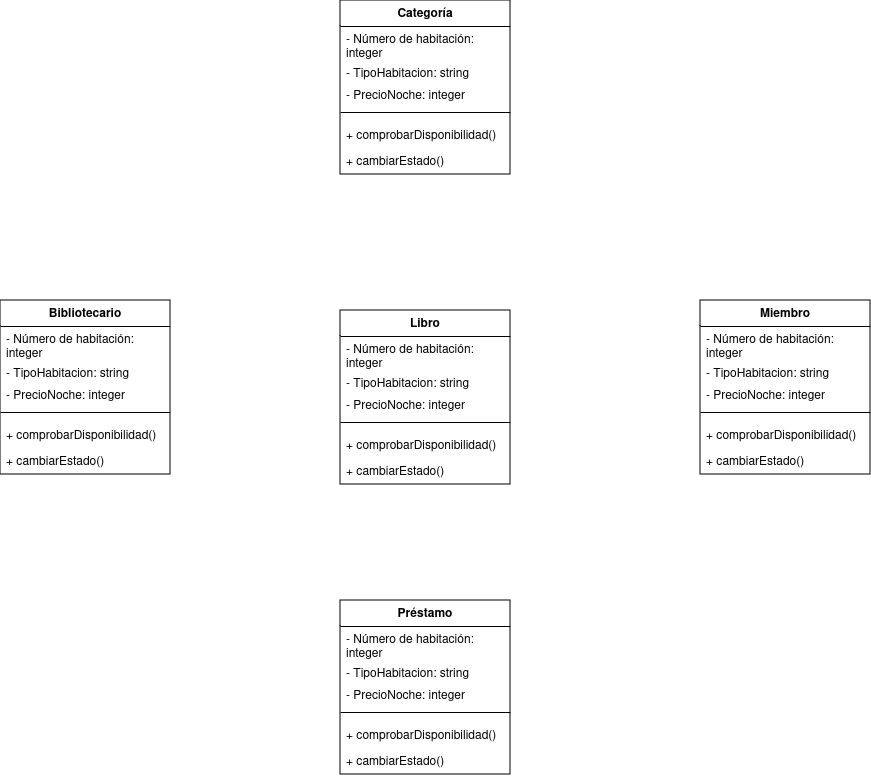
Above: Diagrama de clases 2.drawio.png in Cdiagal/Realizaci-n-del-diagrama-de-clases (draw.io), before the change. Source tidied: cells renumbered, new cells last; positions are measured from the earlier drawing's top-left corner, leaving out a move shared by most shapes.
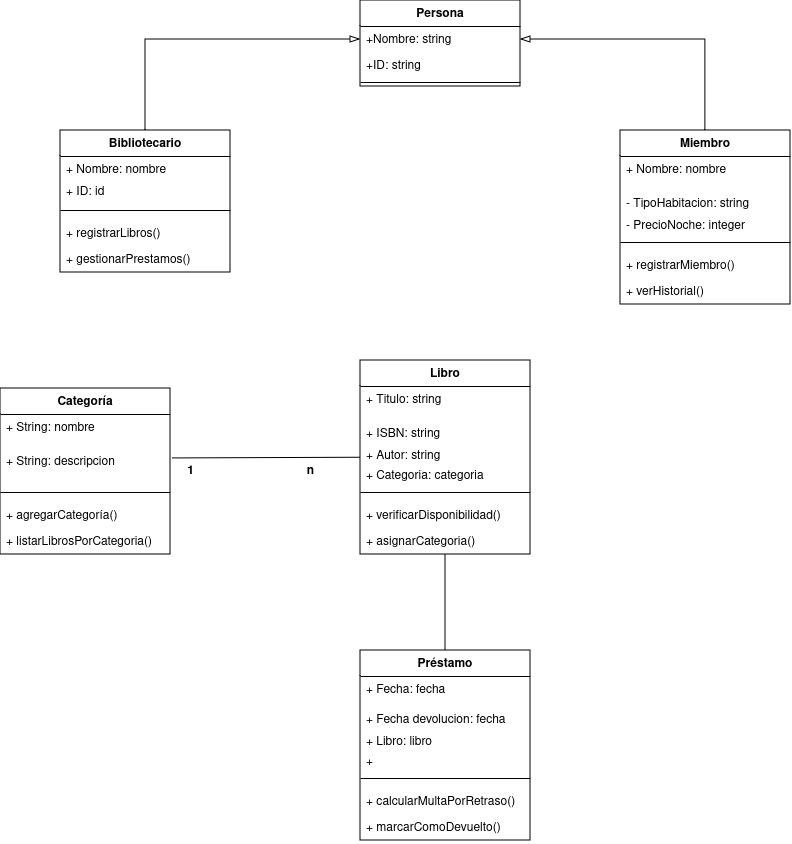
The same diagram one commit later.

What changed in the source:
```diff
@@ -3,30 +3,33 @@
     <mxCell id="0" />
     <mxCell id="1" parent="0" />
     <mxCell id="2" value="Libro" style="swimlane;fontStyle=1;align=center;verticalAlign=top;horizontal=1;startSize=26;whiteSpace=wrap;html=1;" parent="1" vertex="1">
-      <mxGeometry x="340" y="310" width="170" height="174" as="geometry" />
+      <mxGeometry x="370" y="310" width="170" height="194" as="geometry" />
     </mxCell>
-    <mxCell id="3" value="&lt;div&gt;- Número de habitación: integer&lt;br&gt;&lt;/div&gt;&lt;div&gt;&lt;br&gt;&lt;/div&gt;" style="text;strokeColor=none;fillColor=none;align=left;verticalAlign=top;spacingLeft=4;spacingRight=4;overflow=hidden;whiteSpace=wrap;html=1;" parent="2" vertex="1">
+    <mxCell id="3" value="+ Titulo: string" style="text;strokeColor=none;fillColor=none;align=left;verticalAlign=top;spacingLeft=4;spacingRight=4;overflow=hidden;whiteSpace=wrap;html=1;" parent="2" vertex="1">
       <mxGeometry y="26" width="170" height="34" as="geometry" />
     </mxCell>
-    <mxCell id="4" value="- TipoHabitacion: string" style="text;strokeColor=none;fillColor=none;align=left;verticalAlign=top;spacingLeft=4;spacingRight=4;overflow=hidden;whiteSpace=wrap;html=1;" parent="2" vertex="1">
+    <mxCell id="4" value="+ ISBN: string" style="text;strokeColor=none;fillColor=none;align=left;verticalAlign=top;spacingLeft=4;spacingRight=4;overflow=hidden;whiteSpace=wrap;html=1;" parent="2" vertex="1">
       <mxGeometry y="60" width="170" height="22" as="geometry" />
     </mxCell>
-    <mxCell id="5" value="- PrecioNoche: integer" style="text;strokeColor=none;fillColor=none;align=left;verticalAlign=top;spacingLeft=4;spacingRight=4;overflow=hidden;whiteSpace=wrap;html=1;" parent="2" vertex="1">
+    <mxCell id="5" value="&lt;div&gt;+ Autor: string&lt;/div&gt;&lt;div&gt;&lt;br&gt;&lt;/div&gt;" style="text;strokeColor=none;fillColor=none;align=left;verticalAlign=top;spacingLeft=4;spacingRight=4;overflow=hidden;whiteSpace=wrap;html=1;" parent="2" vertex="1">
       <mxGeometry y="82" width="170" height="20" as="geometry" />
     </mxCell>
+    <mxCell id="37" value="+ Categoria: categoria" style="text;strokeColor=none;fillColor=none;align=left;verticalAlign=top;spacingLeft=4;spacingRight=4;overflow=hidden;whiteSpace=wrap;html=1;" parent="2" vertex="1">
+      <mxGeometry y="102" width="170" height="20" as="geometry" />
+    </mxCell>
     <mxCell id="6" style="line;strokeWidth=1;fillColor=none;align=left;verticalAlign=middle;spacingTop=-1;spacingLeft=3;spacingRight=3;labelPosition=right;strokeColor=inherit;" parent="2" vertex="1">
-      <mxGeometry y="102" width="170" height="20" as="geometry" />
+      <mxGeometry y="122" width="170" height="20" as="geometry" />
     </mxCell>
-    <mxCell id="7" value="+ comprobarDisponibilidad()" style="text;strokeColor=none;fillColor=none;align=left;verticalAlign=top;spacingLeft=4;spacingRight=4;overflow=hidden;whiteSpace=wrap;html=1;" parent="2" vertex="1">
-      <mxGeometry y="122" width="170" height="26" as="geometry" />
+    <mxCell id="7" value="+ verificarDisponibilidad()" style="text;strokeColor=none;fillColor=none;align=left;verticalAlign=top;spacingLeft=4;spacingRight=4;overflow=hidden;whiteSpace=wrap;html=1;" parent="2" vertex="1">
+      <mxGeometry y="142" width="170" height="26" as="geometry" />
     </mxCell>
-    <mxCell id="8" value="+ cambiarEstado()" style="text;strokeColor=none;fillColor=none;align=left;verticalAlign=top;spacingLeft=4;spacingRight=4;overflow=hidden;points=[[0,0.5],[1,0.5]];portConstraint=eastwest;whiteSpace=wrap;html=1;" parent="2" vertex="1">
-      <mxGeometry y="148" width="170" height="26" as="geometry" />
+    <mxCell id="8" value="+ asignarCategoria()" style="text;strokeColor=none;fillColor=none;align=left;verticalAlign=top;spacingLeft=4;spacingRight=4;overflow=hidden;points=[[0,0.5],[1,0.5]];portConstraint=eastwest;whiteSpace=wrap;html=1;" parent="2" vertex="1">
+      <mxGeometry y="168" width="170" height="26" as="geometry" />
     </mxCell>
     <mxCell id="9" value="Miembro" style="swimlane;fontStyle=1;align=center;verticalAlign=top;horizontal=1;startSize=26;whiteSpace=wrap;html=1;" parent="1" vertex="1">
-      <mxGeometry x="700" y="300" width="170" height="174" as="geometry" />
+      <mxGeometry x="630" y="80" width="170" height="174" as="geometry" />
     </mxCell>
-    <mxCell id="10" value="&lt;div&gt;- Número de habitación: integer&lt;br&gt;&lt;/div&gt;&lt;div&gt;&lt;br&gt;&lt;/div&gt;" style="text;strokeColor=none;fillColor=none;align=left;verticalAlign=top;spacingLeft=4;spacingRight=4;overflow=hidden;whiteSpace=wrap;html=1;" parent="9" vertex="1">
+    <mxCell id="10" value="+ Nombre: nombre" style="text;strokeColor=none;fillColor=none;align=left;verticalAlign=top;spacingLeft=4;spacingRight=4;overflow=hidden;whiteSpace=wrap;html=1;" parent="9" vertex="1">
       <mxGeometry y="26" width="170" height="34" as="geometry" />
     </mxCell>
     <mxCell id="11" value="- TipoHabitacion: string" style="text;strokeColor=none;fillColor=none;align=left;verticalAlign=top;spacingLeft=4;spacingRight=4;overflow=hidden;whiteSpace=wrap;html=1;" parent="9" vertex="1">
@@ -38,74 +41,101 @@
     <mxCell id="13" style="line;strokeWidth=1;fillColor=none;align=left;verticalAlign=middle;spacingTop=-1;spacingLeft=3;spacingRight=3;labelPosition=right;strokeColor=inherit;" parent="9" vertex="1">
       <mxGeometry y="102" width="170" height="20" as="geometry" />
     </mxCell>
-    <mxCell id="14" value="+ comprobarDisponibilidad()" style="text;strokeColor=none;fillColor=none;align=left;verticalAlign=top;spacingLeft=4;spacingRight=4;overflow=hidden;whiteSpace=wrap;html=1;" parent="9" vertex="1">
+    <mxCell id="14" value="+ registrarMiembro()" style="text;strokeColor=none;fillColor=none;align=left;verticalAlign=top;spacingLeft=4;spacingRight=4;overflow=hidden;whiteSpace=wrap;html=1;" parent="9" vertex="1">
       <mxGeometry y="122" width="170" height="26" as="geometry" />
     </mxCell>
-    <mxCell id="15" value="+ cambiarEstado()" style="text;strokeColor=none;fillColor=none;align=left;verticalAlign=top;spacingLeft=4;spacingRight=4;overflow=hidden;whiteSpace=wrap;html=1;" parent="9" vertex="1">
+    <mxCell id="15" value="+ verHistorial()" style="text;strokeColor=none;fillColor=none;align=left;verticalAlign=top;spacingLeft=4;spacingRight=4;overflow=hidden;whiteSpace=wrap;html=1;" parent="9" vertex="1">
       <mxGeometry y="148" width="170" height="26" as="geometry" />
     </mxCell>
     <mxCell id="16" value="Préstamo" style="swimlane;fontStyle=1;align=center;verticalAlign=top;horizontal=1;startSize=26;whiteSpace=wrap;html=1;" parent="1" vertex="1">
-      <mxGeometry x="340" y="600" width="170" height="174" as="geometry" />
+      <mxGeometry x="370" y="600" width="170" height="190" as="geometry" />
     </mxCell>
-    <mxCell id="17" value="&lt;div&gt;- Número de habitación: integer&lt;br&gt;&lt;/div&gt;&lt;div&gt;&lt;br&gt;&lt;/div&gt;" style="text;strokeColor=none;fillColor=none;align=left;verticalAlign=top;spacingLeft=4;spacingRight=4;overflow=hidden;whiteSpace=wrap;html=1;" parent="16" vertex="1">
-      <mxGeometry y="26" width="170" height="34" as="geometry" />
+    <mxCell id="17" value="&lt;div&gt;+ Fecha: fecha&lt;br&gt;&lt;/div&gt;&lt;div&gt;&lt;br&gt;&lt;/div&gt;" style="text;strokeColor=none;fillColor=none;align=left;verticalAlign=top;spacingLeft=4;spacingRight=4;overflow=hidden;whiteSpace=wrap;html=1;" parent="16" vertex="1">
+      <mxGeometry y="26" width="170" height="30" as="geometry" />
     </mxCell>
-    <mxCell id="18" value="- TipoHabitacion: string" style="text;strokeColor=none;fillColor=none;align=left;verticalAlign=top;spacingLeft=4;spacingRight=4;overflow=hidden;whiteSpace=wrap;html=1;" parent="16" vertex="1">
-      <mxGeometry y="60" width="170" height="22" as="geometry" />
+    <mxCell id="18" value="+ Fecha devolucion: fecha" style="text;strokeColor=none;fillColor=none;align=left;verticalAlign=top;spacingLeft=4;spacingRight=4;overflow=hidden;whiteSpace=wrap;html=1;" parent="16" vertex="1">
+      <mxGeometry y="56" width="170" height="22" as="geometry" />
     </mxCell>
-    <mxCell id="19" value="- PrecioNoche: integer" style="text;strokeColor=none;fillColor=none;align=left;verticalAlign=top;spacingLeft=4;spacingRight=4;overflow=hidden;whiteSpace=wrap;html=1;" parent="16" vertex="1">
-      <mxGeometry y="82" width="170" height="20" as="geometry" />
+    <mxCell id="19" value="+ Libro: libro" style="text;strokeColor=none;fillColor=none;align=left;verticalAlign=top;spacingLeft=4;spacingRight=4;overflow=hidden;whiteSpace=wrap;html=1;" parent="16" vertex="1">
+      <mxGeometry y="78" width="170" height="20" as="geometry" />
     </mxCell>
+    <mxCell id="38" value="+" style="text;strokeColor=none;fillColor=none;align=left;verticalAlign=top;spacingLeft=4;spacingRight=4;overflow=hidden;whiteSpace=wrap;html=1;" parent="16" vertex="1">
+      <mxGeometry y="98" width="170" height="20" as="geometry" />
+    </mxCell>
     <mxCell id="20" style="line;strokeWidth=1;fillColor=none;align=left;verticalAlign=middle;spacingTop=-1;spacingLeft=3;spacingRight=3;labelPosition=right;strokeColor=inherit;" parent="16" vertex="1">
-      <mxGeometry y="102" width="170" height="20" as="geometry" />
+      <mxGeometry y="118" width="170" height="20" as="geometry" />
     </mxCell>
-    <mxCell id="21" value="+ comprobarDisponibilidad()" style="text;strokeColor=none;fillColor=none;align=left;verticalAlign=top;spacingLeft=4;spacingRight=4;overflow=hidden;whiteSpace=wrap;html=1;" parent="16" vertex="1">
-      <mxGeometry y="122" width="170" height="26" as="geometry" />
+    <mxCell id="21" value="+ calcularMultaPorRetraso()" style="text;strokeColor=none;fillColor=none;align=left;verticalAlign=top;spacingLeft=4;spacingRight=4;overflow=hidden;whiteSpace=wrap;html=1;" parent="16" vertex="1">
+      <mxGeometry y="138" width="170" height="26" as="geometry" />
     </mxCell>
-    <mxCell id="22" value="+ cambiarEstado()" style="text;strokeColor=none;fillColor=none;align=left;verticalAlign=top;spacingLeft=4;spacingRight=4;overflow=hidden;whiteSpace=wrap;html=1;" parent="16" vertex="1">
-      <mxGeometry y="148" width="170" height="26" as="geometry" />
+    <mxCell id="22" value="+ marcarComoDevuelto()" style="text;strokeColor=none;fillColor=none;align=left;verticalAlign=top;spacingLeft=4;spacingRight=4;overflow=hidden;whiteSpace=wrap;html=1;" parent="16" vertex="1">
+      <mxGeometry y="164" width="170" height="26" as="geometry" />
     </mxCell>
+    <mxCell id="39" style="edgeStyle=orthogonalEdgeStyle;rounded=0;jettySize=auto;html=1;exitX=0.5;exitY=0;exitDx=0;exitDy=0;fontSize=12;startSize=8;endSize=8;entryX=0;entryY=0.5;entryDx=0;entryDy=0;endArrow=blockThin;endFill=0;" parent="1" edge="1" source="23" target="47">
+      <mxGeometry relative="1" as="geometry" />
+    </mxCell>
     <mxCell id="23" value="Bibliotecario" style="swimlane;fontStyle=1;align=center;verticalAlign=top;horizontal=1;startSize=26;whiteSpace=wrap;html=1;" parent="1" vertex="1">
-      <mxGeometry y="300" width="170" height="174" as="geometry" />
+      <mxGeometry x="70" y="80" width="170" height="142" as="geometry" />
     </mxCell>
-    <mxCell id="24" value="&lt;div&gt;- Número de habitación: integer&lt;br&gt;&lt;/div&gt;&lt;div&gt;&lt;br&gt;&lt;/div&gt;" style="text;strokeColor=none;fillColor=none;align=left;verticalAlign=top;spacingLeft=4;spacingRight=4;overflow=hidden;whiteSpace=wrap;html=1;" parent="23" vertex="1">
-      <mxGeometry y="26" width="170" height="34" as="geometry" />
-    </mxCell>
-    <mxCell id="25" value="- TipoHabitacion: string" style="text;strokeColor=none;fillColor=none;align=left;verticalAlign=top;spacingLeft=4;spacingRight=4;overflow=hidden;whiteSpace=wrap;html=1;" parent="23" vertex="1">
-      <mxGeometry y="60" width="170" height="22" as="geometry" />
+    <mxCell id="25" value="&lt;div&gt;+ Nombre: nombre&lt;/div&gt;&lt;div&gt;&lt;br&gt;&lt;/div&gt;" style="text;strokeColor=none;fillColor=none;align=left;verticalAlign=top;spacingLeft=4;spacingRight=4;overflow=hidden;whiteSpace=wrap;html=1;" parent="23" vertex="1">
+      <mxGeometry y="26" width="170" height="22" as="geometry" />
     </mxCell>
-    <mxCell id="26" value="- PrecioNoche: integer" style="text;strokeColor=none;fillColor=none;align=left;verticalAlign=top;spacingLeft=4;spacingRight=4;overflow=hidden;whiteSpace=wrap;html=1;" parent="23" vertex="1">
-      <mxGeometry y="82" width="170" height="20" as="geometry" />
-    </mxCell>
+    <mxCell id="40" value="+ ID: id" style="text;strokeColor=none;fillColor=none;align=left;verticalAlign=top;spacingLeft=4;spacingRight=4;overflow=hidden;whiteSpace=wrap;html=1;" parent="23" vertex="1">
+      <mxGeometry y="48" width="170" height="22" as="geometry" />
+    </mxCell>
     <mxCell id="27" style="line;strokeWidth=1;fillColor=none;align=left;verticalAlign=middle;spacingTop=-1;spacingLeft=3;spacingRight=3;labelPosition=right;strokeColor=inherit;" parent="23" vertex="1">
-      <mxGeometry y="102" width="170" height="20" as="geometry" />
+      <mxGeometry y="70" width="170" height="20" as="geometry" />
     </mxCell>
-    <mxCell id="28" value="+ comprobarDisponibilidad()" style="text;strokeColor=none;fillColor=none;align=left;verticalAlign=top;spacingLeft=4;spacingRight=4;overflow=hidden;whiteSpace=wrap;html=1;" parent="23" vertex="1">
-      <mxGeometry y="122" width="170" height="26" as="geometry" />
+    <mxCell id="28" value="+ registrarLibros()" style="text;strokeColor=none;fillColor=none;align=left;verticalAlign=top;spacingLeft=4;spacingRight=4;overflow=hidden;whiteSpace=wrap;html=1;" parent="23" vertex="1">
+      <mxGeometry y="90" width="170" height="26" as="geometry" />
     </mxCell>
-    <mxCell id="29" value="+ cambiarEstado()" style="text;strokeColor=none;fillColor=none;align=left;verticalAlign=top;spacingLeft=4;spacingRight=4;overflow=hidden;whiteSpace=wrap;html=1;" parent="23" vertex="1">
-      <mxGeometry y="148" width="170" height="26" as="geometry" />
+    <mxCell id="29" value="+ gestionarPrestamos()" style="text;strokeColor=none;fillColor=none;align=left;verticalAlign=top;spacingLeft=4;spacingRight=4;overflow=hidden;whiteSpace=wrap;html=1;" parent="23" vertex="1">
+      <mxGeometry y="116" width="170" height="26" as="geometry" />
     </mxCell>
     <mxCell id="30" value="Categoría" style="swimlane;fontStyle=1;align=center;verticalAlign=top;horizontal=1;startSize=26;whiteSpace=wrap;html=1;" parent="1" vertex="1">
-      <mxGeometry x="340" width="170" height="174" as="geometry" />
+      <mxGeometry x="10" y="338" width="170" height="166" as="geometry" />
     </mxCell>
-    <mxCell id="31" value="&lt;div&gt;- Número de habitación: integer&lt;br&gt;&lt;/div&gt;&lt;div&gt;&lt;br&gt;&lt;/div&gt;" style="text;strokeColor=none;fillColor=none;align=left;verticalAlign=top;spacingLeft=4;spacingRight=4;overflow=hidden;whiteSpace=wrap;html=1;" parent="30" vertex="1">
+    <mxCell id="31" value="+ String: nombre" style="text;strokeColor=none;fillColor=none;align=left;verticalAlign=top;spacingLeft=4;spacingRight=4;overflow=hidden;whiteSpace=wrap;html=1;" parent="30" vertex="1">
       <mxGeometry y="26" width="170" height="34" as="geometry" />
     </mxCell>
-    <mxCell id="32" value="- TipoHabitacion: string" style="text;strokeColor=none;fillColor=none;align=left;verticalAlign=top;spacingLeft=4;spacingRight=4;overflow=hidden;whiteSpace=wrap;html=1;" parent="30" vertex="1">
-      <mxGeometry y="60" width="170" height="22" as="geometry" />
-    </mxCell>
-    <mxCell id="33" value="- PrecioNoche: integer" style="text;strokeColor=none;fillColor=none;align=left;verticalAlign=top;spacingLeft=4;spacingRight=4;overflow=hidden;whiteSpace=wrap;html=1;" parent="30" vertex="1">
-      <mxGeometry y="82" width="170" height="20" as="geometry" />
-    </mxCell>
+    <mxCell id="41" value="+ String: descripcion" style="text;strokeColor=none;fillColor=none;align=left;verticalAlign=top;spacingLeft=4;spacingRight=4;overflow=hidden;points=[[0,0.5],[1,0.5]];portConstraint=eastwest;whiteSpace=wrap;html=1;" parent="30" vertex="1">
+      <mxGeometry y="60" width="170" height="34" as="geometry" />
+    </mxCell>
     <mxCell id="34" style="line;strokeWidth=1;fillColor=none;align=left;verticalAlign=middle;spacingTop=-1;spacingLeft=3;spacingRight=3;labelPosition=right;strokeColor=inherit;" parent="30" vertex="1">
-      <mxGeometry y="102" width="170" height="20" as="geometry" />
+      <mxGeometry y="94" width="170" height="20" as="geometry" />
     </mxCell>
-    <mxCell id="35" value="+ comprobarDisponibilidad()" style="text;strokeColor=none;fillColor=none;align=left;verticalAlign=top;spacingLeft=4;spacingRight=4;overflow=hidden;whiteSpace=wrap;html=1;" parent="30" vertex="1">
-      <mxGeometry y="122" width="170" height="26" as="geometry" />
+    <mxCell id="35" value="+ agregarCategoría()" style="text;strokeColor=none;fillColor=none;align=left;verticalAlign=top;spacingLeft=4;spacingRight=4;overflow=hidden;whiteSpace=wrap;html=1;" parent="30" vertex="1">
+      <mxGeometry y="114" width="170" height="26" as="geometry" />
     </mxCell>
-    <mxCell id="36" value="+ cambiarEstado()" style="text;strokeColor=none;fillColor=none;align=left;verticalAlign=top;spacingLeft=4;spacingRight=4;overflow=hidden;whiteSpace=wrap;html=1;" parent="30" vertex="1">
-      <mxGeometry y="148" width="170" height="26" as="geometry" />
+    <mxCell id="36" value="+ listarLibrosPorCategoria()" style="text;strokeColor=none;fillColor=none;align=left;verticalAlign=top;spacingLeft=4;spacingRight=4;overflow=hidden;whiteSpace=wrap;html=1;" parent="30" vertex="1">
+      <mxGeometry y="140" width="170" height="26" as="geometry" />
     </mxCell>
+    <mxCell id="42" style="edgeStyle=none;curved=1;rounded=0;jettySize=auto;html=1;fontSize=12;startSize=8;endSize=8;endArrow=none;endFill=0;" parent="1" edge="1" source="8" target="16">
+      <mxGeometry relative="1" as="geometry" />
+    </mxCell>
+    <mxCell id="43" style="edgeStyle=none;curved=1;rounded=0;jettySize=auto;html=1;fontSize=12;startSize=8;endSize=8;endArrow=none;endFill=0;exitX=1.01;exitY=0.294;exitDx=0;exitDy=0;exitPerimeter=0;" parent="1" edge="1" source="41" target="2">
+      <mxGeometry relative="1" as="geometry" />
+    </mxCell>
+    <mxCell id="44" value="n" style="text;align=center;fontStyle=1;verticalAlign=middle;spacingLeft=3;spacingRight=3;strokeColor=none;html=1;" parent="1" vertex="1">
+      <mxGeometry x="280" y="408" width="80" height="26" as="geometry" />
+    </mxCell>
+    <mxCell id="45" value="1" style="text;align=center;fontStyle=1;verticalAlign=middle;spacingLeft=3;spacingRight=3;strokeColor=none;html=1;" parent="1" vertex="1">
+      <mxGeometry x="160" y="408" width="80" height="26" as="geometry" />
+    </mxCell>
+    <mxCell id="46" value="Persona" style="swimlane;fontStyle=1;align=center;verticalAlign=top;horizontal=1;startSize=26;whiteSpace=wrap;html=1;" parent="1" vertex="1">
+      <mxGeometry x="370" y="-50" width="160" height="86" as="geometry" />
+    </mxCell>
+    <mxCell id="47" value="+Nombre: string" style="text;strokeColor=none;fillColor=none;align=left;verticalAlign=top;spacingLeft=4;spacingRight=4;overflow=hidden;points=[[0,0.5],[1,0.5]];portConstraint=eastwest;whiteSpace=wrap;html=1;" parent="46" vertex="1">
+      <mxGeometry y="26" width="160" height="26" as="geometry" />
+    </mxCell>
+    <mxCell id="48" value="+ID: string" style="text;strokeColor=none;fillColor=none;align=left;verticalAlign=top;spacingLeft=4;spacingRight=4;overflow=hidden;whiteSpace=wrap;html=1;" parent="46" vertex="1">
+      <mxGeometry y="52" width="160" height="26" as="geometry" />
+    </mxCell>
+    <mxCell id="49" style="line;strokeWidth=1;fillColor=none;align=left;verticalAlign=middle;spacingTop=-1;spacingLeft=3;spacingRight=3;labelPosition=right;strokeColor=inherit;" parent="46" vertex="1">
+      <mxGeometry y="78" width="160" height="8" as="geometry" />
+    </mxCell>
+    <mxCell id="50" style="edgeStyle=orthogonalEdgeStyle;rounded=0;jettySize=auto;html=1;exitX=0.5;exitY=0;exitDx=0;exitDy=0;fontSize=12;startSize=8;endSize=8;entryX=1;entryY=0.5;entryDx=0;entryDy=0;endArrow=blockThin;endFill=0;" parent="1" edge="1" source="9" target="47">
+      <mxGeometry relative="1" as="geometry" />
+    </mxCell>
   </root>
 </mxGraphModel>
```
